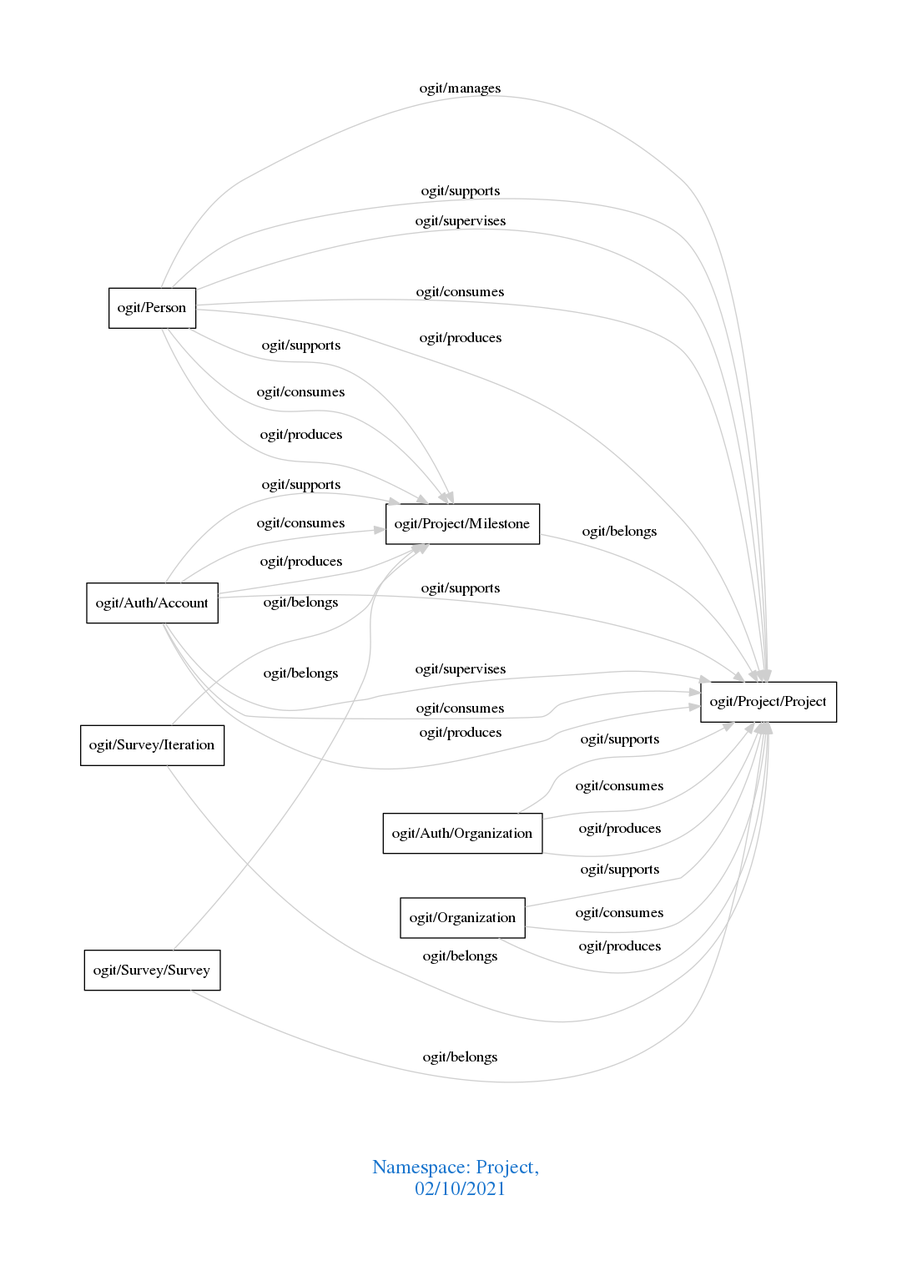
Earlier version of the Graphviz export downloads/Project.png (arago/OGIT). Its source is kept beside it as downloads/Project.dot.
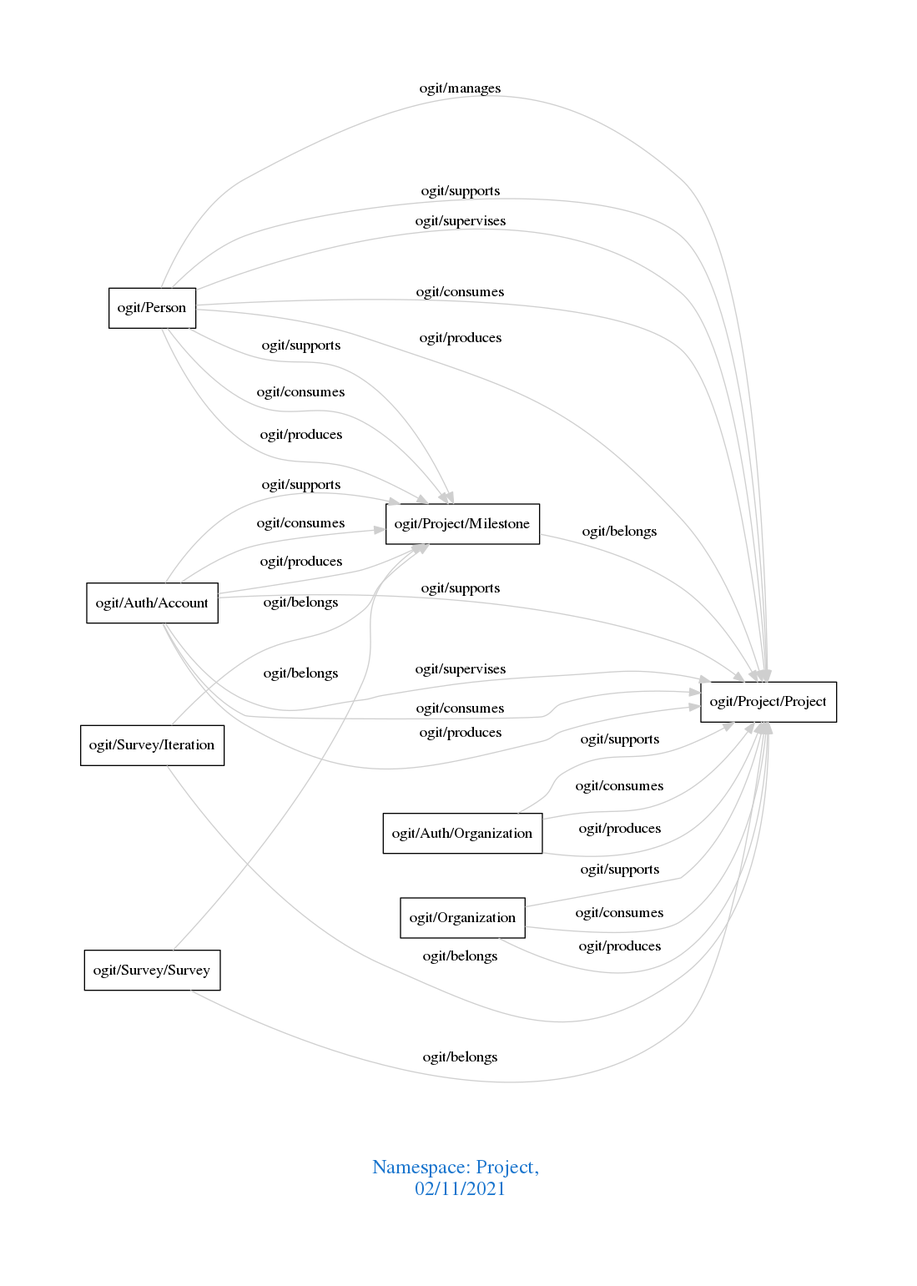
The same diagram one commit later.

Change to the diagram source:
```diff
@@ -1,7 +1,7 @@
 digraph OGIT_ontology {
  graph [ rankdir= LR,pad=1
 fontsize = 18,
-fontcolor= dodgerblue3,label = "\n\n\nNamespace: Project, \n 02/10/2021"];
+fontcolor= dodgerblue3,label = "\n\n\nNamespace: Project, \n 02/11/2021"];
 node[shape=polygon];
 edge [  color="gray81"];
 
```
